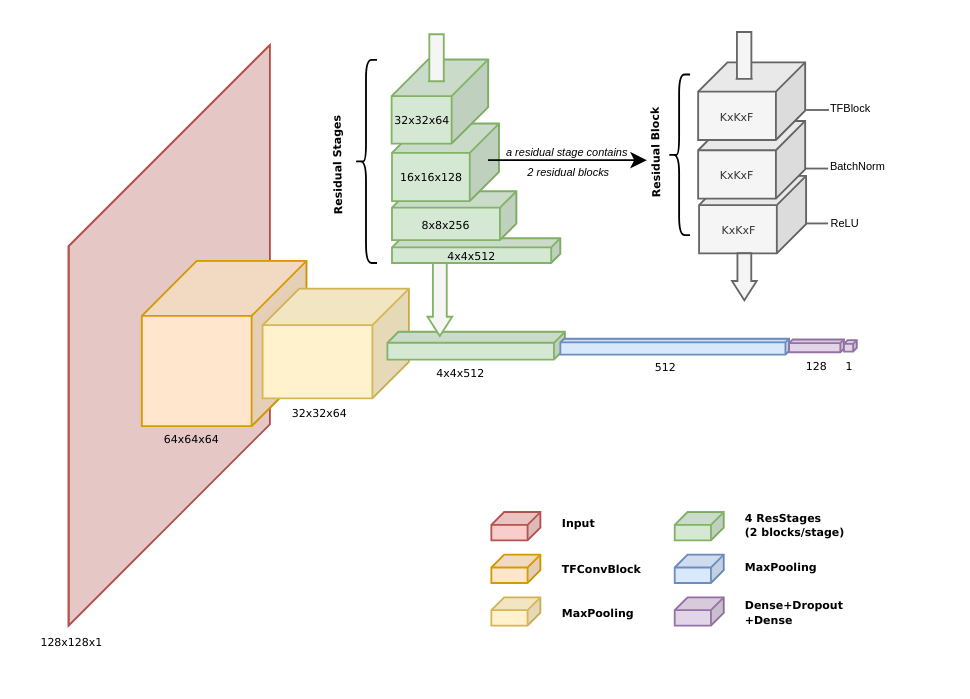
Earlier version of the draw.io diagram OverallArchitecture.drawio (minh071289/AI_system). Source tidied: cells renumbered, new cells numbered last; positions are measured from the earlier drawing's top-left corner, leaving out a move shared by most shapes. Both pictures are drawn from the tidied source at 183%, with x=0, y=0 at pixel (33, 31).
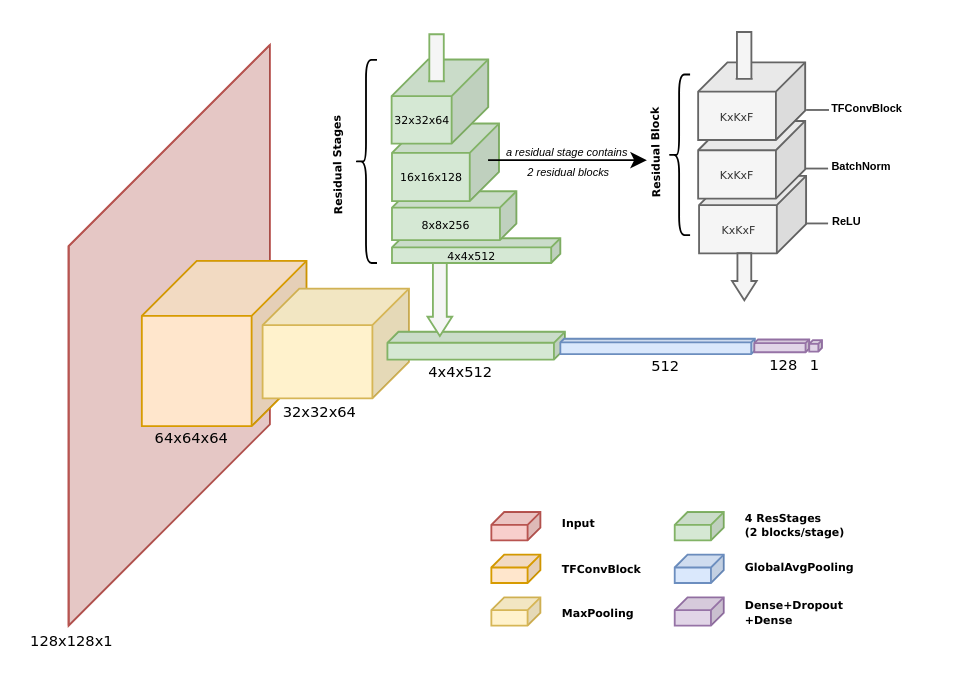
The same page after the edit.

Unchanged cells that the change refers to:
```xml
<mxCell id="42" style="endArrow=none;html=1;rounded=0;align=right;labelPosition=left;verticalLabelPosition=middle;verticalAlign=middle;spacingRight=34;fillColor=#f5f5f5;strokeColor=#666666;" parent="1" edge="1">
  <mxGeometry relative="1" as="geometry">
    <mxPoint x="422" y="42.6" as="sourcePoint" />
    <mxPoint x="434.5" y="42.6" as="targetPoint" />
  </mxGeometry>
</mxCell>
<mxCell id="44" style="endArrow=none;html=1;rounded=0;align=right;labelPosition=left;verticalLabelPosition=middle;verticalAlign=middle;spacingRight=34;fillColor=#f5f5f5;strokeColor=#666666;" parent="1" edge="1">
  <mxGeometry relative="1" as="geometry">
    <mxPoint x="421.5" y="74.6" as="sourcePoint" />
    <mxPoint x="434" y="74.6" as="targetPoint" />
  </mxGeometry>
</mxCell>
<mxCell id="46" style="endArrow=none;html=1;rounded=0;align=right;labelPosition=left;verticalLabelPosition=middle;verticalAlign=middle;spacingRight=34;fillColor=#f5f5f5;strokeColor=#666666;" parent="1" edge="1">
  <mxGeometry relative="1" as="geometry">
    <mxPoint x="421.5" y="104.6" as="sourcePoint" />
    <mxPoint x="434" y="104.6" as="targetPoint" />
  </mxGeometry>
</mxCell>
```

Change to the diagram source:
```diff
@@
-    <mxCell id="5" value="128x128x1" style="text;html=1;strokeColor=none;fillColor=none;align=center;verticalAlign=middle;whiteSpace=wrap;rounded=0;fontSize=6;fontFamily=Verdana;" parent="1" vertex="1">
+    <mxCell id="5" value="&lt;font style=&quot;font-size: 8px;&quot;&gt;128x128x1&lt;/font&gt;" style="text;html=1;strokeColor=none;fillColor=none;align=center;verticalAlign=middle;whiteSpace=wrap;rounded=0;fontSize=6;fontFamily=Verdana;" parent="1" vertex="1">
       <mxGeometry y="318" width="42" height="29.1" as="geometry" />
     </mxCell>
-    <mxCell id="6" value="64x64x64" style="text;html=1;strokeColor=none;fillColor=none;align=center;verticalAlign=middle;whiteSpace=wrap;rounded=0;fontSize=6;fontFamily=Verdana;" parent="1" vertex="1">
+    <mxCell id="6" value="64x64x64" style="text;html=1;strokeColor=none;fillColor=none;align=center;verticalAlign=middle;whiteSpace=wrap;rounded=0;fontSize=8;fontFamily=Verdana;" parent="1" vertex="1">
       <mxGeometry x="37" y="207" width="99" height="29.1" as="geometry" />
     </mxCell>
-    <mxCell id="7" value="32x32x64" style="text;html=1;strokeColor=none;fillColor=none;align=center;verticalAlign=middle;whiteSpace=wrap;rounded=0;fontSize=6;fontFamily=Verdana;" parent="1" vertex="1">
+    <mxCell id="7" value="32x32x64" style="text;html=1;strokeColor=none;fillColor=none;align=center;verticalAlign=middle;whiteSpace=wrap;rounded=0;fontSize=8;fontFamily=Verdana;" parent="1" vertex="1">
       <mxGeometry x="107" y="193.1" width="99" height="29.1" as="geometry" />
     </mxCell>
@@
     <mxCell id="9" style="shape=cube;whiteSpace=wrap;html=1;boundedLbl=1;backgroundOutline=1;darkOpacity=0.05;darkOpacity2=0.1;size=2;direction=east;flipH=1;fillColor=#dae8fc;strokeColor=#6c8ebf;fontSize=6;fontFamily=Verdana;" parent="1" vertex="1">
-      <mxGeometry x="287.7" y="167.6" width="125" height="8.7" as="geometry" />
+      <mxGeometry x="287.7" y="167.6" width="106.3" height="8.4" as="geometry" />
     </mxCell>
     <mxCell id="10" style="shape=cube;whiteSpace=wrap;html=1;boundedLbl=1;backgroundOutline=1;darkOpacity=0.05;darkOpacity2=0.1;size=2;direction=east;flipH=1;fillColor=#e1d5e7;strokeColor=#9673a6;fontSize=6;fontFamily=Verdana;" parent="1" vertex="1">
-      <mxGeometry x="412.7" y="168" width="30" height="7" as="geometry" />
+      <mxGeometry x="393.7" y="168" width="30" height="7" as="geometry" />
     </mxCell>
     <mxCell id="11" style="shape=cube;whiteSpace=wrap;html=1;boundedLbl=1;backgroundOutline=1;darkOpacity=0.05;darkOpacity2=0.1;size=2;direction=east;flipH=1;fillColor=#e1d5e7;strokeColor=#9673a6;fontSize=6;fontFamily=Verdana;" parent="1" vertex="1">
-      <mxGeometry x="442.7" y="168.4" width="7" height="6.2" as="geometry" />
+      <mxGeometry x="423.7" y="168.4" width="7" height="6.2" as="geometry" />
     </mxCell>
@@
-    <mxCell id="13" value="4x4x512" style="text;html=1;strokeColor=none;fillColor=none;align=center;verticalAlign=middle;whiteSpace=wrap;rounded=0;fontSize=6;fontFamily=Verdana;" parent="1" vertex="1">
+    <mxCell id="13" value="4x4x512" style="text;html=1;strokeColor=none;fillColor=none;align=center;verticalAlign=middle;whiteSpace=wrap;rounded=0;fontSize=8;fontFamily=Verdana;" parent="1" vertex="1">
       <mxGeometry x="184" y="178.9" width="99" height="15" as="geometry" />
     </mxCell>
-    <mxCell id="14" value="512" style="text;html=1;strokeColor=none;fillColor=none;align=center;verticalAlign=middle;whiteSpace=wrap;rounded=0;fontSize=6;fontFamily=Verdana;" parent="1" vertex="1">
+    <mxCell id="14" value="512" style="text;html=1;strokeColor=none;fillColor=none;align=center;verticalAlign=middle;whiteSpace=wrap;rounded=0;fontSize=8;fontFamily=Verdana;" parent="1" vertex="1">
       <mxGeometry x="296" y="175" width="99" height="15" as="geometry" />
     </mxCell>
-    <mxCell id="15" value="128" style="text;html=1;strokeColor=none;fillColor=none;align=center;verticalAlign=middle;whiteSpace=wrap;rounded=0;fontSize=6;fontFamily=Verdana;" parent="1" vertex="1">
-      <mxGeometry x="397.7" y="174" width="60" height="15" as="geometry" />
+    <mxCell id="15" value="128" style="text;html=1;strokeColor=none;fillColor=none;align=center;verticalAlign=middle;whiteSpace=wrap;rounded=0;fontSize=8;fontFamily=Verdana;" parent="1" vertex="1">
+      <mxGeometry x="379.7" y="174" width="60" height="15" as="geometry" />
     </mxCell>
-    <mxCell id="16" value="1" style="text;html=1;strokeColor=none;fillColor=none;align=center;verticalAlign=middle;whiteSpace=wrap;rounded=0;fontSize=6;fontFamily=Verdana;" parent="1" vertex="1">
-      <mxGeometry x="441.2" y="174.6" width="10" height="15" as="geometry" />
+    <mxCell id="16" value="1" style="text;html=1;strokeColor=none;fillColor=none;align=center;verticalAlign=middle;whiteSpace=wrap;rounded=0;fontSize=8;fontFamily=Verdana;" parent="1" vertex="1">
+      <mxGeometry x="422.2" y="174.6" width="10" height="15" as="geometry" />
     </mxCell>
@@
-    <mxCell id="27" value="&lt;font&gt;MaxPooling&lt;/font&gt;" style="text;html=1;strokeColor=none;fillColor=none;align=left;verticalAlign=middle;whiteSpace=wrap;rounded=0;fontStyle=1;fontSize=6;fontFamily=Verdana;" parent="1" vertex="1">
+    <mxCell id="27" value="&lt;font&gt;GlobalAvgPooling&lt;/font&gt;" style="text;html=1;strokeColor=none;fillColor=none;align=left;verticalAlign=middle;whiteSpace=wrap;rounded=0;fontStyle=1;fontSize=6;fontFamily=Verdana;" parent="1" vertex="1">
       <mxGeometry x="386.8" y="282.3" width="76.9" height="18.6" as="geometry" />
     </mxCell>
@@
-    <mxCell id="43" value="&lt;font style=&quot;font-size: 6px;&quot;&gt;TFBlock&lt;/font&gt;" style="edgeLabel;html=1;align=center;verticalAlign=middle;labelBackgroundColor=none;" parent="42" vertex="1">
+    <mxCell id="43" value="&lt;span style=&quot;font-size: 6px;&quot;&gt;&lt;b&gt;TFConvBlock&lt;/b&gt;&lt;/span&gt;" style="edgeLabel;html=1;align=center;verticalAlign=middle;labelBackgroundColor=none;" parent="42" vertex="1">
       <mxGeometry x="-0.23" y="-1" relative="1" as="geometry">
-        <mxPoint x="18" y="-4" as="offset" />
+        <mxPoint x="27" y="-4" as="offset" />
       </mxGeometry>
     </mxCell>
@@
-    <mxCell id="45" value="&lt;font style=&quot;font-size: 6px;&quot;&gt;BatchNorm&lt;/font&gt;" style="edgeLabel;html=1;align=center;verticalAlign=middle;labelBackgroundColor=none;" parent="44" vertex="1">
+    <mxCell id="45" value="&lt;font style=&quot;font-size: 6px;&quot;&gt;&lt;b&gt;BatchNorm&lt;/b&gt;&lt;/font&gt;" style="edgeLabel;html=1;align=center;verticalAlign=middle;labelBackgroundColor=none;" parent="44" vertex="1">
       <mxGeometry x="-0.23" y="-1" relative="1" as="geometry">
-        <mxPoint x="23" y="-4" as="offset" />
+        <mxPoint x="25" y="-4" as="offset" />
       </mxGeometry>
     </mxCell>
@@
-    <mxCell id="47" value="&lt;font style=&quot;font-size: 6px;&quot;&gt;ReLU&lt;/font&gt;" style="edgeLabel;html=1;align=center;verticalAlign=middle;labelBackgroundColor=none;" parent="46" vertex="1">
+    <mxCell id="47" value="&lt;font style=&quot;font-size: 6px;&quot;&gt;&lt;b&gt;ReLU&lt;/b&gt;&lt;/font&gt;" style="edgeLabel;html=1;align=center;verticalAlign=middle;labelBackgroundColor=none;" parent="46" vertex="1">
       <mxGeometry x="-0.23" y="-1" relative="1" as="geometry">
-        <mxPoint x="16" y="-3" as="offset" />
+        <mxPoint x="17" y="-4" as="offset" />
       </mxGeometry>
     </mxCell>
```
